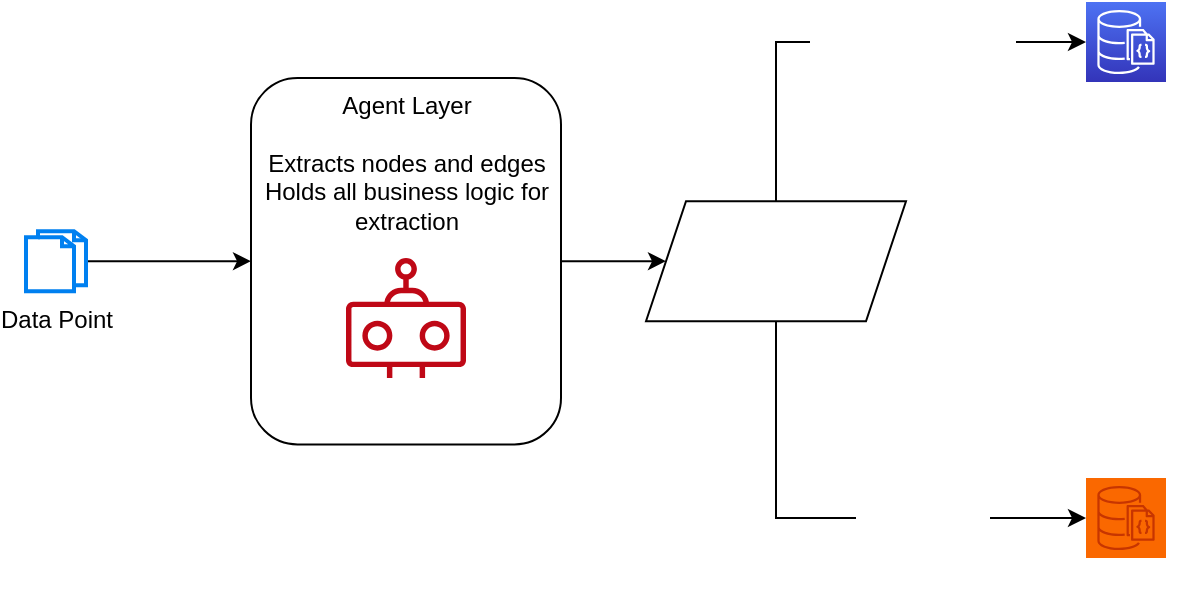
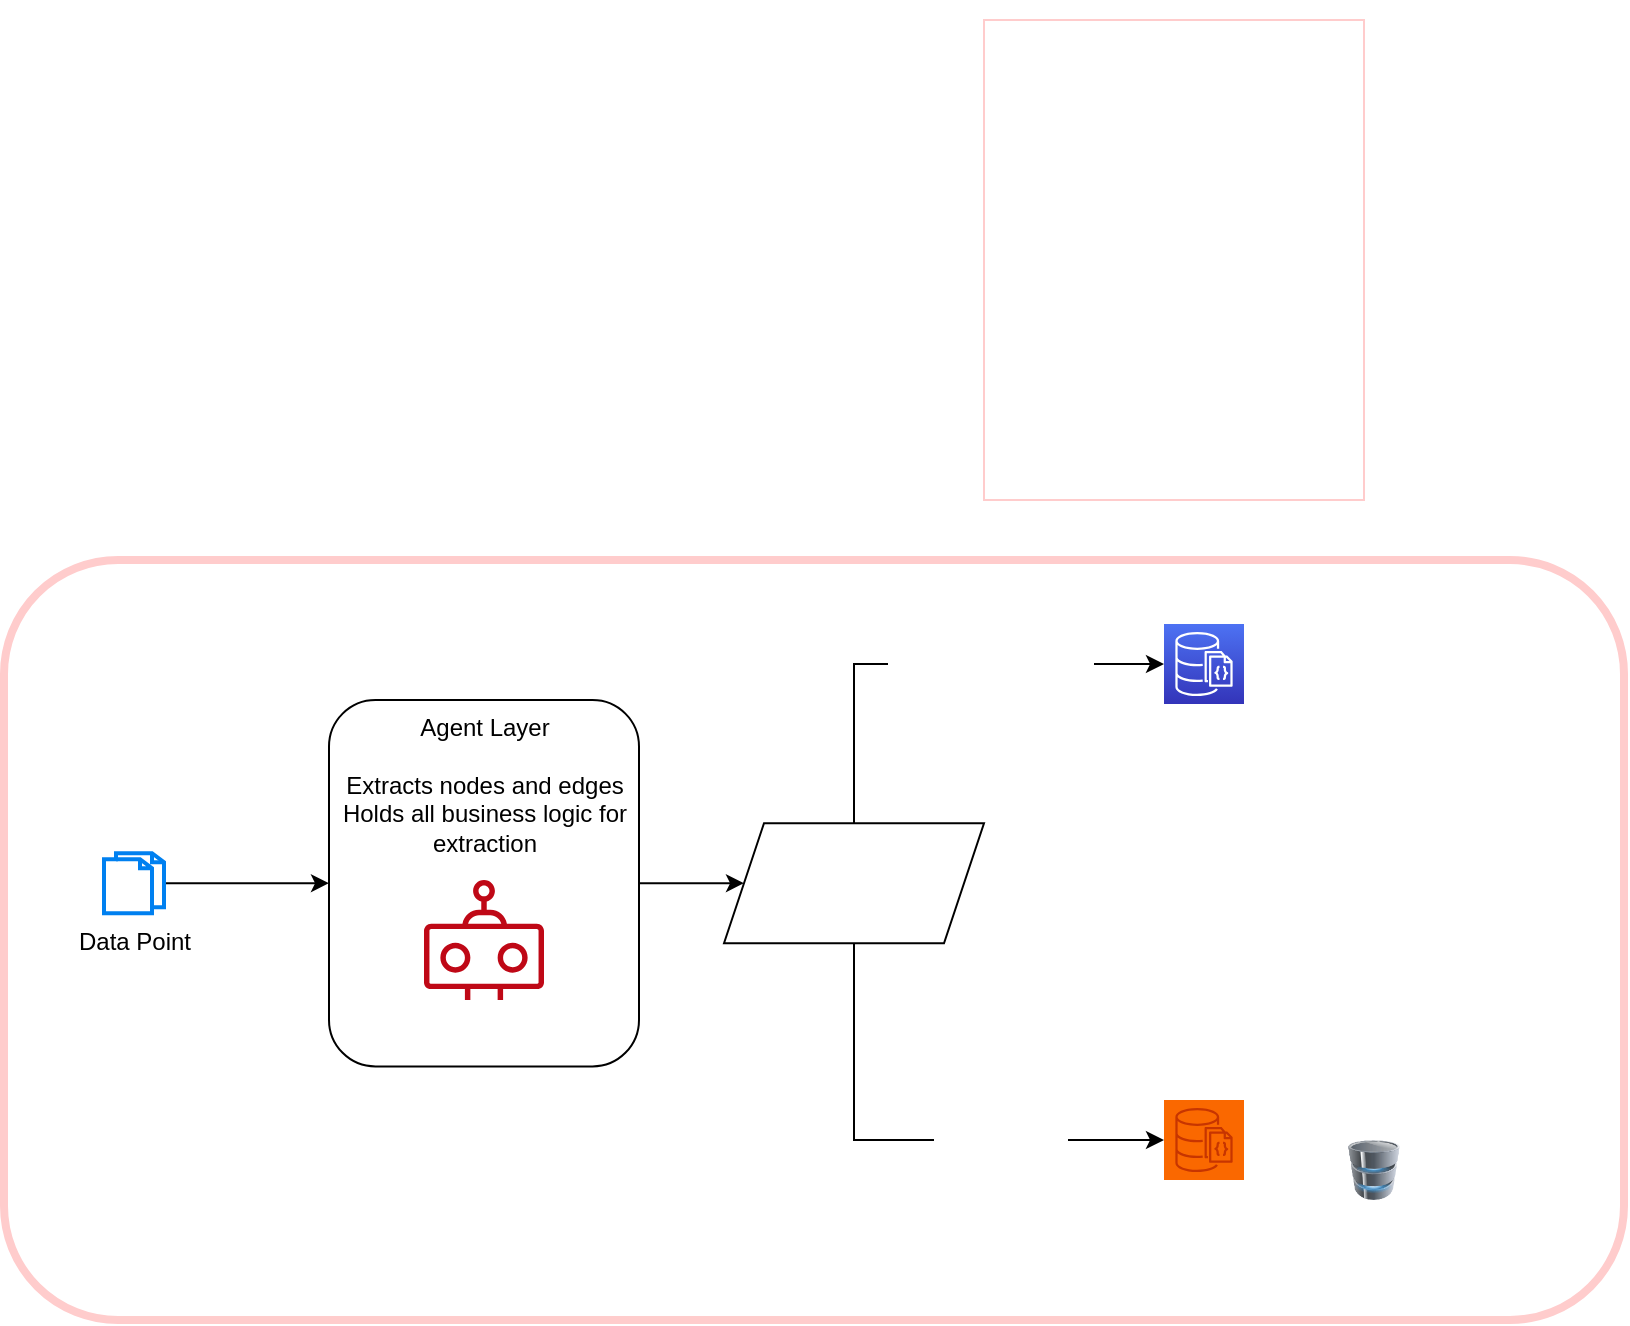
<mxfile host="65bd71144e">
    <diagram id="ul1s81dG16EHCLtL3e-T" name="Page-1">
-         <mxGraphModel dx="860" dy="511" grid="1" gridSize="10" guides="1" tooltips="1" connect="1" arrows="1" fold="1" page="1" pageScale="1" pageWidth="850" pageHeight="1100" math="0" shadow="0">
+         <mxGraphModel dx="548" dy="1382" grid="0" gridSize="10" guides="1" tooltips="1" connect="1" arrows="1" fold="1" page="1" pageScale="1" pageWidth="850" pageHeight="1100" math="0" shadow="0">
            <root>
                <mxCell id="0"/>
                <mxCell id="1" parent="0"/>
-                 <mxCell id="4" style="edgeStyle=none;html=1;" edge="1" parent="1" source="2" target="3">
+                 <mxCell id="25" value="" style="rounded=1;whiteSpace=wrap;html=1;labelBackgroundColor=none;strokeColor=#FFCCCC;fontSize=8;fillColor=none;strokeWidth=4;" parent="1" vertex="1">
+                     <mxGeometry x="10" y="110" width="810" height="380" as="geometry"/>
+                 </mxCell>
+                 <mxCell id="4" style="edgeStyle=none;html=1;" parent="1" source="2" target="3" edge="1">
                    <mxGeometry relative="1" as="geometry"/>
                </mxCell>
-                 <mxCell id="2" value="Data Point" style="html=1;verticalLabelPosition=bottom;align=center;labelBackgroundColor=none;verticalAlign=top;strokeWidth=2;strokeColor=#0080F0;shadow=0;dashed=0;shape=mxgraph.ios7.icons.documents;" vertex="1" parent="1">
+                 <mxCell id="2" value="Data Point" style="html=1;verticalLabelPosition=bottom;align=center;labelBackgroundColor=none;verticalAlign=top;strokeWidth=2;strokeColor=#0080F0;shadow=0;dashed=0;shape=mxgraph.ios7.icons.documents;" parent="1" vertex="1">
                    <mxGeometry x="60" y="256.6" width="30" height="30" as="geometry"/>
                </mxCell>
-                 <mxCell id="10" style="edgeStyle=none;html=1;exitX=1;exitY=0.5;exitDx=0;exitDy=0;fontColor=#FFFFFF;" edge="1" parent="1" source="3" target="9">
+                 <mxCell id="10" style="edgeStyle=none;html=1;exitX=1;exitY=0.5;exitDx=0;exitDy=0;fontColor=#FFFFFF;" parent="1" source="3" target="9" edge="1">
                    <mxGeometry relative="1" as="geometry"/>
                </mxCell>
-                 <mxCell id="3" value="Agent Layer&lt;br&gt;&lt;br&gt;Extracts nodes and edges&lt;br&gt;Holds all business logic for extraction" style="rounded=1;whiteSpace=wrap;html=1;labelBackgroundColor=none;verticalAlign=top;" vertex="1" parent="1">
+                 <mxCell id="3" value="Agent Layer&lt;br&gt;&lt;br&gt;Extracts nodes and edges&lt;br&gt;Holds all business logic for extraction" style="rounded=1;whiteSpace=wrap;html=1;labelBackgroundColor=none;verticalAlign=top;" parent="1" vertex="1">
                    <mxGeometry x="172.5" y="180" width="155" height="183.19" as="geometry"/>
                </mxCell>
-                 <mxCell id="5" value="" style="sketch=0;outlineConnect=0;fontColor=#232F3E;gradientColor=none;fillColor=#BF0816;strokeColor=none;dashed=0;verticalLabelPosition=bottom;verticalAlign=top;align=center;html=1;fontSize=12;fontStyle=0;aspect=fixed;pointerEvents=1;shape=mxgraph.aws4.waf_bot;labelBackgroundColor=none;" vertex="1" parent="1">
+                 <mxCell id="5" value="" style="sketch=0;outlineConnect=0;fontColor=#232F3E;gradientColor=none;fillColor=#BF0816;strokeColor=none;dashed=0;verticalLabelPosition=bottom;verticalAlign=top;align=center;html=1;fontSize=12;fontStyle=0;aspect=fixed;pointerEvents=1;shape=mxgraph.aws4.waf_bot;labelBackgroundColor=none;" parent="1" vertex="1">
                    <mxGeometry x="220" y="270" width="60" height="60" as="geometry"/>
                </mxCell>
-                 <mxCell id="7" value="NoSQL DB" style="sketch=0;points=[[0,0,0],[0.25,0,0],[0.5,0,0],[0.75,0,0],[1,0,0],[0,1,0],[0.25,1,0],[0.5,1,0],[0.75,1,0],[1,1,0],[0,0.25,0],[0,0.5,0],[0,0.75,0],[1,0.25,0],[1,0.5,0],[1,0.75,0]];outlineConnect=0;fontColor=#FFFFFF;gradientColor=#4D72F3;gradientDirection=north;fillColor=#3334B9;strokeColor=#ffffff;dashed=0;verticalLabelPosition=bottom;verticalAlign=top;align=center;html=1;fontSize=12;fontStyle=0;aspect=fixed;shape=mxgraph.aws4.resourceIcon;resIcon=mxgraph.aws4.documentdb_with_mongodb_compatibility;labelBackgroundColor=none;" vertex="1" parent="1">
+                 <mxCell id="7" value="NoSQL DB/&lt;br&gt;SQL DB/&lt;br&gt;ColumnarDB..." style="sketch=0;points=[[0,0,0],[0.25,0,0],[0.5,0,0],[0.75,0,0],[1,0,0],[0,1,0],[0.25,1,0],[0.5,1,0],[0.75,1,0],[1,1,0],[0,0.25,0],[0,0.5,0],[0,0.75,0],[1,0.25,0],[1,0.5,0],[1,0.75,0]];outlineConnect=0;fontColor=#FFFFFF;gradientColor=#4D72F3;gradientDirection=north;fillColor=#3334B9;strokeColor=#ffffff;dashed=0;verticalLabelPosition=bottom;verticalAlign=top;align=center;html=1;fontSize=12;fontStyle=0;aspect=fixed;shape=mxgraph.aws4.resourceIcon;resIcon=mxgraph.aws4.documentdb_with_mongodb_compatibility;labelBackgroundColor=none;" parent="1" vertex="1">
                    <mxGeometry x="590" y="142" width="40" height="40" as="geometry"/>
                </mxCell>
-                 <mxCell id="13" style="edgeStyle=orthogonalEdgeStyle;rounded=0;html=1;exitX=0.5;exitY=0;exitDx=0;exitDy=0;entryX=0;entryY=0.5;entryDx=0;entryDy=0;entryPerimeter=0;fontColor=#FFFFFF;" edge="1" parent="1" source="9" target="7">
+                 <mxCell id="13" style="edgeStyle=orthogonalEdgeStyle;rounded=0;html=1;exitX=0.5;exitY=0;exitDx=0;exitDy=0;entryX=0;entryY=0.5;entryDx=0;entryDy=0;entryPerimeter=0;fontColor=#FFFFFF;" parent="1" source="9" target="7" edge="1">
                    <mxGeometry relative="1" as="geometry"/>
                </mxCell>
-                 <mxCell id="14" value="Datapoint Metadata&lt;br&gt;Directed Edge as KV" style="edgeLabel;html=1;align=center;verticalAlign=middle;resizable=0;points=[];fontColor=#FFFFFF;" vertex="1" connectable="0" parent="13">
+                 <mxCell id="14" value="Datapoint Metadata&lt;br&gt;Directed Edge as KV" style="edgeLabel;html=1;align=center;verticalAlign=middle;resizable=0;points=[];fontColor=#FFFFFF;" parent="13" vertex="1" connectable="0">
                    <mxGeometry x="0.3128" y="2" relative="1" as="geometry">
                        <mxPoint x="-7" y="2" as="offset"/>
                    </mxGeometry>
                </mxCell>
-                 <mxCell id="16" style="edgeStyle=orthogonalEdgeStyle;rounded=0;html=1;exitX=0.5;exitY=1;exitDx=0;exitDy=0;entryX=0;entryY=0.5;entryDx=0;entryDy=0;entryPerimeter=0;fontColor=#FFFFFF;elbow=vertical;" edge="1" parent="1" source="9" target="15">
+                 <mxCell id="16" style="edgeStyle=orthogonalEdgeStyle;rounded=0;html=1;exitX=0.5;exitY=1;exitDx=0;exitDy=0;entryX=0;entryY=0.5;entryDx=0;entryDy=0;entryPerimeter=0;fontColor=#FFFFFF;elbow=vertical;" parent="1" source="9" target="15" edge="1">
                    <mxGeometry relative="1" as="geometry"/>
                </mxCell>
-                 <mxCell id="17" value="Node Vectors&lt;br&gt;Edge Vectors" style="edgeLabel;html=1;align=center;verticalAlign=middle;resizable=0;points=[];fontColor=#FFFFFF;" vertex="1" connectable="0" parent="16">
+                 <mxCell id="17" value="Node Vectors&lt;br&gt;Edge Vectors" style="edgeLabel;html=1;align=center;verticalAlign=middle;resizable=0;points=[];fontColor=#FFFFFF;" parent="16" vertex="1" connectable="0">
                    <mxGeometry x="-0.1242" relative="1" as="geometry">
                        <mxPoint x="60" as="offset"/>
                    </mxGeometry>
                </mxCell>
-                 <mxCell id="9" value="Node,Edge,Node&lt;br&gt;&lt;i&gt;RDF style triplets&amp;nbsp;&lt;/i&gt;" style="shape=parallelogram;perimeter=parallelogramPerimeter;whiteSpace=wrap;html=1;fixedSize=1;labelBackgroundColor=none;fontColor=#FFFFFF;" vertex="1" parent="1">
+                 <mxCell id="9" value="Node,Edge,Node&lt;br&gt;&lt;i&gt;RDF style triplets&amp;nbsp;&lt;/i&gt;" style="shape=parallelogram;perimeter=parallelogramPerimeter;whiteSpace=wrap;html=1;fixedSize=1;labelBackgroundColor=none;fontColor=#FFFFFF;" parent="1" vertex="1">
                    <mxGeometry x="370" y="241.6" width="130" height="60" as="geometry"/>
                </mxCell>
-                 <mxCell id="15" value="VectorDB" style="sketch=0;points=[[0,0,0],[0.25,0,0],[0.5,0,0],[0.75,0,0],[1,0,0],[0,1,0],[0.25,1,0],[0.5,1,0],[0.75,1,0],[1,1,0],[0,0.25,0],[0,0.5,0],[0,0.75,0],[1,0.25,0],[1,0.5,0],[1,0.75,0]];outlineConnect=0;fontColor=#FFFFFF;gradientDirection=north;fillColor=#fa6800;strokeColor=#C73500;dashed=0;verticalLabelPosition=bottom;verticalAlign=top;align=center;html=1;fontSize=12;fontStyle=0;aspect=fixed;shape=mxgraph.aws4.resourceIcon;resIcon=mxgraph.aws4.documentdb_with_mongodb_compatibility;labelBackgroundColor=none;" vertex="1" parent="1">
+                 <mxCell id="15" value="VectorDB" style="sketch=0;points=[[0,0,0],[0.25,0,0],[0.5,0,0],[0.75,0,0],[1,0,0],[0,1,0],[0.25,1,0],[0.5,1,0],[0.75,1,0],[1,1,0],[0,0.25,0],[0,0.5,0],[0,0.75,0],[1,0.25,0],[1,0.5,0],[1,0.75,0]];outlineConnect=0;fontColor=#FFFFFF;gradientDirection=north;fillColor=#fa6800;strokeColor=#C73500;dashed=0;verticalLabelPosition=bottom;verticalAlign=top;align=center;html=1;fontSize=12;fontStyle=0;aspect=fixed;shape=mxgraph.aws4.resourceIcon;resIcon=mxgraph.aws4.documentdb_with_mongodb_compatibility;labelBackgroundColor=none;" parent="1" vertex="1">
                    <mxGeometry x="590" y="380" width="40" height="40" as="geometry"/>
+                 </mxCell>
+                 <mxCell id="20" value="Facts" style="image;html=1;image=img/lib/clip_art/computers/Database_128x128.png;labelBackgroundColor=none;fontColor=#FFFFFF;" parent="1" vertex="1">
+                     <mxGeometry x="680" y="400" width="30" height="30" as="geometry"/>
+                 </mxCell>
+                 <mxCell id="23" value="&lt;h1&gt;&lt;/h1&gt;&lt;p style=&quot;font-size: 8px;&quot;&gt;&lt;font style=&quot;font-size: 8px;&quot;&gt;{&lt;/font&gt;&lt;/p&gt;&lt;blockquote style=&quot;margin: 0 0 0 40px; border: none; padding: 0px;&quot;&gt;&lt;p style=&quot;font-size: 8px;&quot;&gt;&lt;font style=&quot;font-size: 8px;&quot;&gt;nodes:&lt;/font&gt;&lt;/p&gt;&lt;blockquote style=&quot;margin: 0px 0px 0px 40px; border: none; padding: 0px; font-size: 8px;&quot;&gt;&lt;p&gt;&lt;font style=&quot;font-size: 8px;&quot;&gt;&lt;b&gt;{&lt;/b&gt;&lt;/font&gt;&lt;/p&gt;&lt;/blockquote&gt;&lt;blockquote style=&quot;margin: 0px 0px 0px 40px; border: none; padding: 0px; font-size: 8px;&quot;&gt;&lt;p&gt;&lt;font style=&quot;font-size: 8px;&quot;&gt;&lt;b&gt;node_id:&amp;nbsp;&lt;/b&gt;&lt;/font&gt;&lt;/p&gt;&lt;/blockquote&gt;&lt;blockquote style=&quot;margin: 0px 0px 0px 40px; border: none; padding: 0px; font-size: 8px;&quot;&gt;&lt;p&gt;&lt;font style=&quot;font-size: 8px;&quot;&gt;&lt;b&gt;node_fact_id&lt;/b&gt;&lt;/font&gt;&lt;/p&gt;&lt;/blockquote&gt;&lt;blockquote style=&quot;margin: 0px 0px 0px 40px; border: none; padding: 0px; font-size: 8px;&quot;&gt;&lt;p&gt;&lt;font style=&quot;font-size: 8px;&quot;&gt;&lt;b&gt;}&lt;/b&gt;&lt;/font&gt;&lt;/p&gt;&lt;/blockquote&gt;&lt;p style=&quot;font-size: 8px;&quot;&gt;edges:&lt;/p&gt;&lt;blockquote style=&quot;background-image: none; background-position: 0% 0%; background-size: auto; background-repeat: repeat; background-attachment: scroll; background-origin: padding-box; background-clip: border-box; border: none; margin: 0px 0px 0px 40px; padding: 0px; font-size: 8px;&quot;&gt;&lt;p&gt;&lt;b&gt;{&lt;/b&gt;&lt;/p&gt;&lt;/blockquote&gt;&lt;blockquote style=&quot;background-image: none; background-position: 0% 0%; background-size: auto; background-repeat: repeat; background-attachment: scroll; background-origin: padding-box; background-clip: border-box; border: none; margin: 0px 0px 0px 40px; padding: 0px; font-size: 8px;&quot;&gt;&lt;p&gt;&lt;b&gt;start_node_id:&amp;nbsp;&lt;/b&gt;&lt;/p&gt;&lt;/blockquote&gt;&lt;blockquote style=&quot;background-image: none; background-position: 0% 0%; background-size: auto; background-repeat: repeat; background-attachment: scroll; background-origin: padding-box; background-clip: border-box; border: none; margin: 0px 0px 0px 40px; padding: 0px; font-size: 8px;&quot;&gt;&lt;p&gt;&lt;b&gt;node_fact_id:&lt;/b&gt;&lt;/p&gt;&lt;/blockquote&gt;&lt;blockquote style=&quot;background-image: none; background-position: 0% 0%; background-size: auto; background-repeat: repeat; background-attachment: scroll; background-origin: padding-box; background-clip: border-box; border: none; margin: 0px 0px 0px 40px; padding: 0px; font-size: 8px;&quot;&gt;&lt;p&gt;&lt;b&gt;end_node_id:&lt;/b&gt;&lt;/p&gt;&lt;/blockquote&gt;&lt;blockquote style=&quot;background-image: none; background-position: 0% 0%; background-size: auto; background-repeat: repeat; background-attachment: scroll; background-origin: padding-box; background-clip: border-box; border: none; margin: 0px 0px 0px 40px; padding: 0px; font-size: 8px;&quot;&gt;&lt;p&gt;&lt;b&gt;}&lt;/b&gt;&lt;/p&gt;&lt;/blockquote&gt;&lt;/blockquote&gt;&lt;p style=&quot;font-size: 8px;&quot;&gt;&lt;/p&gt;&lt;blockquote style=&quot;margin: 0px 0px 0px 40px; border: none; padding: 0px; font-size: 8px;&quot;&gt;&lt;p&gt;&lt;/p&gt;&lt;/blockquote&gt;&lt;blockquote style=&quot;margin: 0px 0px 0px 40px; border: none; padding: 0px; font-size: 8px;&quot;&gt;&lt;p&gt;&lt;/p&gt;&lt;/blockquote&gt;&lt;blockquote style=&quot;margin: 0px 0px 0px 40px; border: none; padding: 0px; font-size: 8px;&quot;&gt;&lt;p&gt;&lt;/p&gt;&lt;/blockquote&gt;&lt;blockquote style=&quot;margin: 0px 0px 0px 40px; border: none; padding: 0px; font-size: 8px;&quot;&gt;&lt;blockquote style=&quot;margin: 0 0 0 40px; border: none; padding: 0px;&quot;&gt;&lt;blockquote style=&quot;margin: 0 0 0 40px; border: none; padding: 0px;&quot;&gt;&lt;p&gt;&lt;/p&gt;&lt;/blockquote&gt;&lt;/blockquote&gt;&lt;/blockquote&gt;&lt;blockquote style=&quot;margin: 0px 0px 0px 40px; border: none; padding: 0px; font-size: 8px;&quot;&gt;&lt;blockquote style=&quot;margin: 0 0 0 40px; border: none; padding: 0px;&quot;&gt;&lt;blockquote style=&quot;margin: 0 0 0 40px; border: none; padding: 0px;&quot;&gt;&lt;p&gt;&lt;/p&gt;&lt;/blockquote&gt;&lt;/blockquote&gt;&lt;/blockquote&gt;&lt;blockquote style=&quot;margin: 0px 0px 0px 40px; border: none; padding: 0px; font-size: 8px;&quot;&gt;&lt;blockquote style=&quot;margin: 0 0 0 40px; border: none; padding: 0px;&quot;&gt;&lt;p&gt;&lt;/p&gt;&lt;/blockquote&gt;&lt;/blockquote&gt;&lt;blockquote style=&quot;margin: 0px 0px 0px 40px; border: none; padding: 0px; font-size: 8px;&quot;&gt;&lt;blockquote style=&quot;margin: 0 0 0 40px; border: none; padding: 0px;&quot;&gt;&lt;p&gt;&lt;/p&gt;&lt;/blockquote&gt;&lt;/blockquote&gt;&lt;blockquote style=&quot;margin: 0px 0px 0px 40px; border: none; padding: 0px; font-size: 8px;&quot;&gt;&lt;p&gt;&lt;/p&gt;&lt;/blockquote&gt;&lt;blockquote style=&quot;margin: 0px 0px 0px 40px; border: none; padding: 0px; font-size: 8px;&quot;&gt;&lt;p&gt;&lt;/p&gt;&lt;/blockquote&gt;&lt;p style=&quot;font-size: 8px;&quot;&gt;&lt;/p&gt;&lt;p style=&quot;font-size: 8px;&quot;&gt;&lt;/p&gt;&lt;p style=&quot;font-size: 8px;&quot;&gt;&lt;/p&gt;&lt;p style=&quot;font-size: 8px;&quot;&gt;&lt;/p&gt;&lt;p style=&quot;font-size: 8px;&quot;&gt;&lt;/p&gt;&lt;p style=&quot;font-size: 8px;&quot;&gt;&lt;/p&gt;&lt;blockquote style=&quot;background-image: none; background-position: 0% 0%; background-size: auto; background-repeat: repeat; background-attachment: scroll; background-origin: padding-box; background-clip: border-box; border: none; margin: 0px 0px 0px 40px; padding: 0px; font-size: 8px;&quot;&gt;&lt;p&gt;&lt;/p&gt;&lt;/blockquote&gt;&lt;blockquote style=&quot;background-image: none; background-position: 0% 0%; background-size: auto; background-repeat: repeat; background-attachment: scroll; background-origin: padding-box; background-clip: border-box; border: none; margin: 0px 0px 0px 40px; padding: 0px; font-size: 8px;&quot;&gt;&lt;p&gt;&lt;/p&gt;&lt;/blockquote&gt;&lt;blockquote style=&quot;background-image: none; background-position: 0% 0%; background-size: auto; background-repeat: repeat; background-attachment: scroll; background-origin: padding-box; background-clip: border-box; border: none; margin: 0px 0px 0px 40px; padding: 0px; font-size: 8px;&quot;&gt;&lt;p&gt;&lt;/p&gt;&lt;/blockquote&gt;&lt;blockquote style=&quot;background-image: none; background-position: 0% 0%; background-size: auto; background-repeat: repeat; background-attachment: scroll; background-origin: padding-box; background-clip: border-box; border: none; margin: 0px 0px 0px 40px; padding: 0px; font-size: 8px;&quot;&gt;&lt;p&gt;&lt;/p&gt;&lt;/blockquote&gt;&lt;p style=&quot;font-size: 8px;&quot;&gt;&lt;font style=&quot;font-size: 8px;&quot;&gt;}&lt;/font&gt;&lt;/p&gt;" style="text;html=1;strokeColor=#FFCCCC;fillColor=none;spacing=5;spacingTop=-20;whiteSpace=wrap;overflow=hidden;rounded=0;labelBackgroundColor=none;fontColor=#ffffff;" parent="1" vertex="1">
+                     <mxGeometry x="500" y="-160" width="190" height="240" as="geometry"/>
                </mxCell>
            </root>
        </mxGraphModel>
    </diagram>
</mxfile>